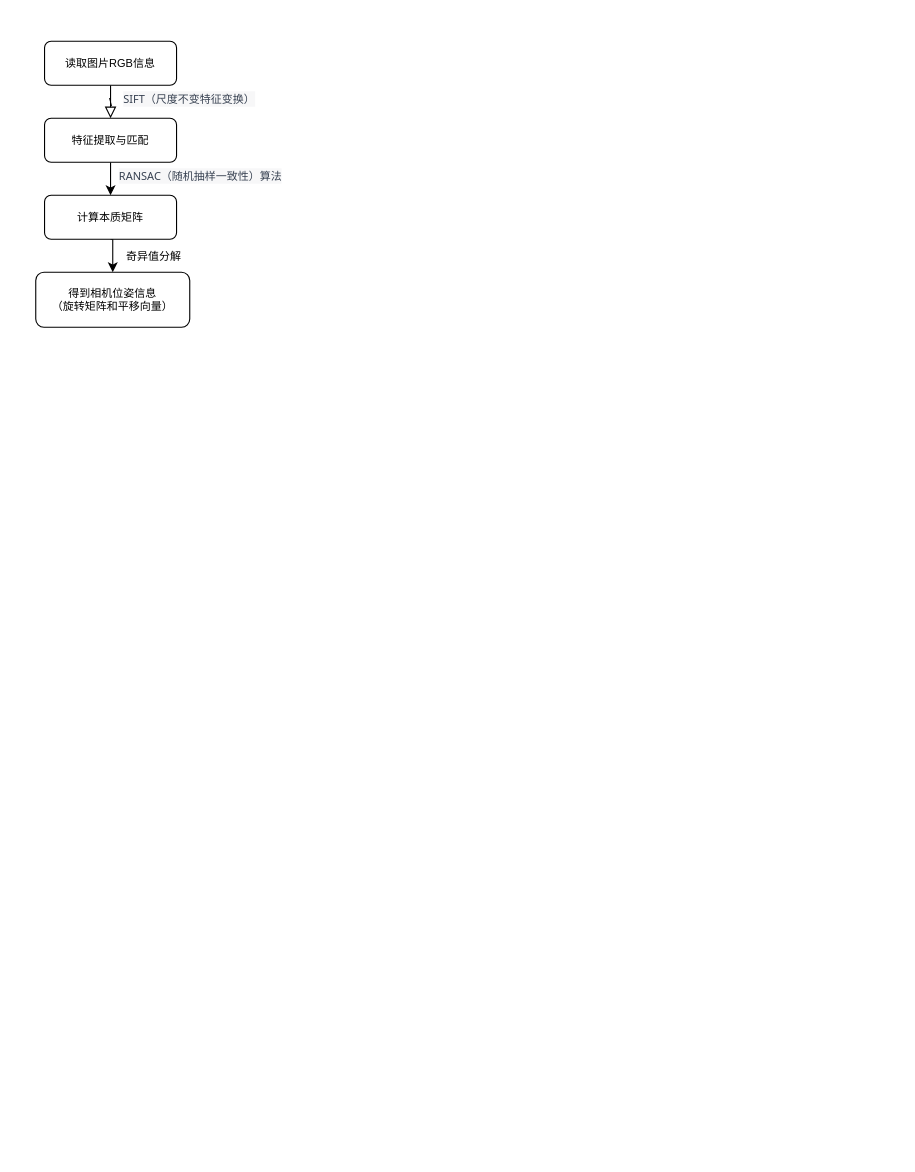
Liumt1949/consumption-habit-prediction keeps this draw.io diagram as 未命名绘图.drawio. Above is the earlier version. Source tidied: cells renumbered, new cells numbered last; positions are measured from the earlier drawing's top-left corner, leaving out a move shared by most shapes. Both pictures are drawn from the tidied source at 110%, with x=0, y=0 at pixel (35, 41).
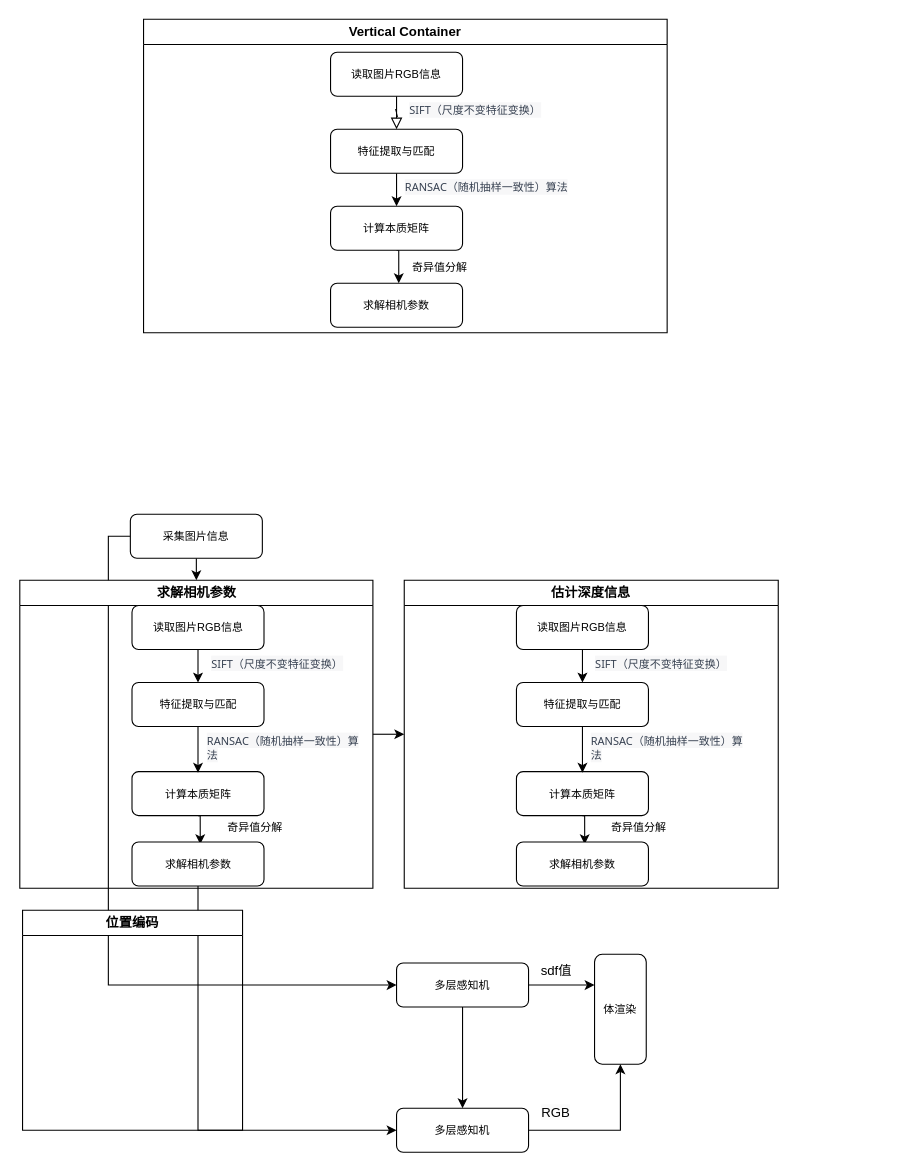
The same page after the edit.

Commit message:
更新未命名绘图.drawio

The edit, as a diff of the source:
```diff
@@
+    <mxCell id="12" style="edgeStyle=orthogonalEdgeStyle;rounded=0;jettySize=auto;html=1;entryX=0.5;entryY=0;entryDx=0;entryDy=0;" parent="1" edge="1" source="14">
+      <mxGeometry relative="1" as="geometry">
+        <mxPoint x="146" y="490" as="targetPoint" />
+      </mxGeometry>
+    </mxCell>
+    <mxCell id="13" style="edgeStyle=orthogonalEdgeStyle;rounded=0;jettySize=auto;html=1;exitX=0;exitY=0.5;exitDx=0;exitDy=0;entryX=0;entryY=0.5;entryDx=0;entryDy=0;" parent="1" edge="1" source="14" target="48">
+      <mxGeometry relative="1" as="geometry">
+        <Array as="points">
+          <mxPoint x="66" y="450" />
+          <mxPoint x="66" y="858" />
+        </Array>
+      </mxGeometry>
+    </mxCell>
+    <mxCell id="14" value="采集图片信息" style="rounded=1;whiteSpace=wrap;html=1;fontSize=10;glass=0;strokeWidth=1;shadow=0;" parent="1" vertex="1">
+      <mxGeometry x="86" y="430" width="120" height="40" as="geometry" />
+    </mxCell>
+    <mxCell id="15" value="Vertical Container" style="swimlane;whiteSpace=wrap;html=1;" parent="1" vertex="1">
+      <mxGeometry x="98" y="-20" width="476" height="285" as="geometry" />
+    </mxCell>
+    <mxCell id="16" style="group;" parent="15" vertex="1">
+      <mxGeometry x="220" y="50" width="346" height="250" as="geometry" />
+    </mxCell>
+    <mxCell id="17" style="group;" parent="16" vertex="1">
+      <mxGeometry x="-50" y="-20" width="346" height="250" as="geometry" />
+    </mxCell>
-    <mxCell id="2" value="\" style="rounded=0;html=1;jettySize=auto;fontSize=10;endArrow=block;endFill=0;endSize=8;strokeWidth=1;shadow=0;labelBackgroundColor=none;edgeStyle=orthogonalEdgeStyle;" parent="1" edge="1" source="3">
+    <mxCell id="2" value="\" style="rounded=0;html=1;jettySize=auto;fontSize=10;endArrow=block;endFill=0;endSize=8;strokeWidth=1;shadow=0;labelBackgroundColor=none;edgeStyle=orthogonalEdgeStyle;" parent="17" edge="1" source="3">
       <mxGeometry relative="1" as="geometry">
-        <mxPoint x="68" y="70" as="targetPoint" />
+        <mxPoint x="60" y="70" as="targetPoint" />
       </mxGeometry>
     </mxCell>
-    <mxCell id="3" value="读取图片RGB信息" style="rounded=1;whiteSpace=wrap;html=1;fontSize=10;glass=0;strokeWidth=1;shadow=0;" parent="1" vertex="1">
-      <mxGeometry x="8" width="120" height="40" as="geometry" />
+    <mxCell id="3" value="读取图片RGB信息" style="rounded=1;whiteSpace=wrap;html=1;fontSize=10;glass=0;strokeWidth=1;shadow=0;" parent="17" vertex="1">
+      <mxGeometry width="120" height="40" as="geometry" />
     </mxCell>
-    <mxCell id="4" style="edgeStyle=orthogonalEdgeStyle;rounded=0;jettySize=auto;html=1;exitX=0.5;exitY=1;exitDx=0;exitDy=0;entryX=0.5;entryY=0;entryDx=0;entryDy=0;fontSize=10;" parent="1" edge="1" source="5" target="8">
-      <mxGeometry relative="1" as="geometry" />
+    <mxCell id="4" style="edgeStyle=orthogonalEdgeStyle;rounded=0;jettySize=auto;html=1;exitX=0.5;exitY=1;exitDx=0;exitDy=0;entryX=0.5;entryY=0;entryDx=0;entryDy=0;fontSize=10;" parent="17" edge="1" source="5">
+      <mxGeometry relative="1" as="geometry">
+        <mxPoint x="62" y="210" as="targetPoint" />
+      </mxGeometry>
     </mxCell>
-    <mxCell id="5" value="计算本质矩阵" style="rounded=1;whiteSpace=wrap;html=1;fontSize=10;glass=0;strokeWidth=1;shadow=0;" parent="1" vertex="1">
-      <mxGeometry x="8" y="140" width="120" height="40" as="geometry" />
+    <mxCell id="5" value="计算本质矩阵" style="rounded=1;whiteSpace=wrap;html=1;fontSize=10;glass=0;strokeWidth=1;shadow=0;" parent="17" vertex="1">
+      <mxGeometry y="140" width="120" height="40" as="geometry" />
     </mxCell>
-    <mxCell id="6" style="edgeStyle=orthogonalEdgeStyle;rounded=0;jettySize=auto;html=1;exitX=0.5;exitY=1;exitDx=0;exitDy=0;entryX=0.5;entryY=0;entryDx=0;entryDy=0;fontSize=10;" parent="1" edge="1" source="7">
+    <mxCell id="6" style="edgeStyle=orthogonalEdgeStyle;rounded=0;jettySize=auto;html=1;exitX=0.5;exitY=1;exitDx=0;exitDy=0;entryX=0.5;entryY=0;entryDx=0;entryDy=0;fontSize=10;" parent="17" edge="1" source="7">
       <mxGeometry relative="1" as="geometry">
-        <mxPoint x="68" y="140" as="targetPoint" />
+        <mxPoint x="60" y="140" as="targetPoint" />
       </mxGeometry>
     </mxCell>
-    <mxCell id="7" value="特征提取与匹配" style="rounded=1;whiteSpace=wrap;html=1;fontSize=10;glass=0;strokeWidth=1;shadow=0;" parent="1" vertex="1">
-      <mxGeometry x="8" y="70" width="120" height="40" as="geometry" />
+    <mxCell id="7" value="特征提取与匹配" style="rounded=1;whiteSpace=wrap;html=1;fontSize=10;glass=0;strokeWidth=1;shadow=0;" parent="17" vertex="1">
+      <mxGeometry y="70" width="120" height="40" as="geometry" />
     </mxCell>
-    <mxCell id="8" value="得到相机位姿信息&lt;br style=&quot;font-size: 10px;&quot;&gt;（旋转矩阵和平移向量）" style="rounded=1;whiteSpace=wrap;html=1;fontSize=10;glass=0;strokeWidth=1;shadow=0;" parent="1" vertex="1">
-      <mxGeometry y="210" width="140" height="50" as="geometry" />
-    </mxCell>
-    <mxCell id="9" value="奇异值分解" style="text;html=1;align=center;verticalAlign=middle;strokeColor=none;fillColor=none;fontSize=10;" parent="1" vertex="1">
-      <mxGeometry x="67" y="180" width="80" height="30" as="geometry" />
+    <mxCell id="9" value="奇异值分解" style="text;html=1;align=center;verticalAlign=middle;strokeColor=none;fillColor=none;fontSize=10;" parent="17" vertex="1">
+      <mxGeometry x="59" y="180" width="80" height="30" as="geometry" />
     </mxCell>
-    <mxCell id="10" value="&lt;span style=&quot;color: rgb(55, 65, 81); font-family: Söhne, ui-sans-serif, system-ui, -apple-system, &amp;quot;Segoe UI&amp;quot;, Roboto, Ubuntu, Cantarell, &amp;quot;Noto Sans&amp;quot;, sans-serif, &amp;quot;Helvetica Neue&amp;quot;, Arial, &amp;quot;Apple Color Emoji&amp;quot;, &amp;quot;Segoe UI Emoji&amp;quot;, &amp;quot;Segoe UI Symbol&amp;quot;, &amp;quot;Noto Color Emoji&amp;quot;; font-size: 10px; font-style: normal; font-variant-ligatures: normal; font-variant-caps: normal; font-weight: 400; letter-spacing: normal; orphans: 2; text-align: start; text-indent: 0px; text-transform: none; widows: 2; word-spacing: 0px; -webkit-text-stroke-width: 0px; background-color: rgb(247, 247, 248); text-decoration-thickness: initial; text-decoration-style: initial; text-decoration-color: initial; float: none; display: inline !important;&quot;&gt;SIFT（尺度不变特征变换）&lt;/span&gt;" style="text;whiteSpace=wrap;html=1;fontSize=10;" parent="1" vertex="1">
-      <mxGeometry x="78" y="40" width="230" height="40" as="geometry" />
+    <mxCell id="10" value="&lt;span style=&quot;color: rgb(55, 65, 81); font-family: Söhne, ui-sans-serif, system-ui, -apple-system, &amp;quot;Segoe UI&amp;quot;, Roboto, Ubuntu, Cantarell, &amp;quot;Noto Sans&amp;quot;, sans-serif, &amp;quot;Helvetica Neue&amp;quot;, Arial, &amp;quot;Apple Color Emoji&amp;quot;, &amp;quot;Segoe UI Emoji&amp;quot;, &amp;quot;Segoe UI Symbol&amp;quot;, &amp;quot;Noto Color Emoji&amp;quot;; font-size: 10px; font-style: normal; font-variant-ligatures: normal; font-variant-caps: normal; font-weight: 400; letter-spacing: normal; orphans: 2; text-align: start; text-indent: 0px; text-transform: none; widows: 2; word-spacing: 0px; -webkit-text-stroke-width: 0px; background-color: rgb(247, 247, 248); text-decoration-thickness: initial; text-decoration-style: initial; text-decoration-color: initial; float: none; display: inline !important;&quot;&gt;SIFT（尺度不变特征变换）&lt;/span&gt;" style="text;whiteSpace=wrap;html=1;fontSize=10;" parent="17" vertex="1">
+      <mxGeometry x="70" y="40" width="230" height="40" as="geometry" />
     </mxCell>
-    <mxCell id="11" value="&lt;span style=&quot;color: rgb(55, 65, 81); font-family: Söhne, ui-sans-serif, system-ui, -apple-system, &amp;quot;Segoe UI&amp;quot;, Roboto, Ubuntu, Cantarell, &amp;quot;Noto Sans&amp;quot;, sans-serif, &amp;quot;Helvetica Neue&amp;quot;, Arial, &amp;quot;Apple Color Emoji&amp;quot;, &amp;quot;Segoe UI Emoji&amp;quot;, &amp;quot;Segoe UI Symbol&amp;quot;, &amp;quot;Noto Color Emoji&amp;quot;; font-size: 10px; font-style: normal; font-variant-ligatures: normal; font-variant-caps: normal; font-weight: 400; letter-spacing: normal; orphans: 2; text-align: start; text-indent: 0px; text-transform: none; widows: 2; word-spacing: 0px; -webkit-text-stroke-width: 0px; background-color: rgb(247, 247, 248); text-decoration-thickness: initial; text-decoration-style: initial; text-decoration-color: initial; float: none; display: inline !important;&quot;&gt;RANSAC（随机抽样一致性）算法&lt;/span&gt;" style="text;whiteSpace=wrap;html=1;fontSize=10;" parent="1" vertex="1">
-      <mxGeometry x="74" y="110" width="280" height="40" as="geometry" />
+    <mxCell id="11" value="&lt;span style=&quot;color: rgb(55, 65, 81); font-family: Söhne, ui-sans-serif, system-ui, -apple-system, &amp;quot;Segoe UI&amp;quot;, Roboto, Ubuntu, Cantarell, &amp;quot;Noto Sans&amp;quot;, sans-serif, &amp;quot;Helvetica Neue&amp;quot;, Arial, &amp;quot;Apple Color Emoji&amp;quot;, &amp;quot;Segoe UI Emoji&amp;quot;, &amp;quot;Segoe UI Symbol&amp;quot;, &amp;quot;Noto Color Emoji&amp;quot;; font-size: 10px; font-style: normal; font-variant-ligatures: normal; font-variant-caps: normal; font-weight: 400; letter-spacing: normal; orphans: 2; text-align: start; text-indent: 0px; text-transform: none; widows: 2; word-spacing: 0px; -webkit-text-stroke-width: 0px; background-color: rgb(247, 247, 248); text-decoration-thickness: initial; text-decoration-style: initial; text-decoration-color: initial; float: none; display: inline !important;&quot;&gt;RANSAC（随机抽样一致性）算法&lt;/span&gt;" style="text;whiteSpace=wrap;html=1;fontSize=10;" parent="17" vertex="1">
+      <mxGeometry x="66" y="110" width="280" height="40" as="geometry" />
     </mxCell>
+    <mxCell id="18" value="求解相机参数" style="rounded=1;whiteSpace=wrap;html=1;fontSize=10;glass=0;strokeWidth=1;shadow=0;" parent="17" vertex="1">
+      <mxGeometry y="210" width="120" height="40" as="geometry" />
+    </mxCell>
+    <mxCell id="19" style="edgeStyle=orthogonalEdgeStyle;rounded=0;jettySize=auto;html=1;exitX=1;exitY=0.5;exitDx=0;exitDy=0;entryX=0;entryY=0.5;entryDx=0;entryDy=0;" parent="1" edge="1" source="20" target="32">
+      <mxGeometry relative="1" as="geometry" />
+    </mxCell>
+    <mxCell id="20" value="求解相机参数" style="swimlane;whiteSpace=wrap;html=1;" parent="1" vertex="1">
+      <mxGeometry x="-14.5" y="490" width="321" height="280" as="geometry" />
+    </mxCell>
+    <mxCell id="21" style="group;" parent="20" vertex="1">
+      <mxGeometry x="102" y="23" width="346" height="250" as="geometry" />
+    </mxCell>
+    <mxCell id="22" style="edgeStyle=orthogonalEdgeStyle;rounded=0;jettySize=auto;html=1;exitX=0.5;exitY=1;exitDx=0;exitDy=0;entryX=0.5;entryY=0;entryDx=0;entryDy=0;" parent="21" edge="1" source="23" target="27">
+      <mxGeometry relative="1" as="geometry" />
+    </mxCell>
+    <mxCell id="23" value="读取图片RGB信息" style="rounded=1;whiteSpace=wrap;html=1;fontSize=10;glass=0;strokeWidth=1;shadow=0;" parent="21" vertex="1">
+      <mxGeometry width="120" height="40" as="geometry" />
+    </mxCell>
+    <mxCell id="24" style="edgeStyle=orthogonalEdgeStyle;rounded=0;jettySize=auto;html=1;exitX=0.5;exitY=1;exitDx=0;exitDy=0;entryX=0.517;entryY=0.05;entryDx=0;entryDy=0;fontSize=10;entryPerimeter=0;" parent="21" edge="1" source="25" target="31">
+      <mxGeometry relative="1" as="geometry" />
+    </mxCell>
+    <mxCell id="25" value="计算本质矩阵" style="rounded=1;whiteSpace=wrap;html=1;fontSize=10;glass=0;strokeWidth=1;shadow=0;" parent="21" vertex="1">
+      <mxGeometry y="151" width="120" height="40" as="geometry" />
+    </mxCell>
+    <mxCell id="26" style="edgeStyle=orthogonalEdgeStyle;rounded=0;jettySize=auto;html=1;exitX=0.5;exitY=1;exitDx=0;exitDy=0;entryX=0.5;entryY=0;entryDx=0;entryDy=0;fontSize=10;" parent="21" edge="1" source="27">
+      <mxGeometry relative="1" as="geometry">
+        <mxPoint x="60" y="152" as="targetPoint" />
+      </mxGeometry>
+    </mxCell>
+    <mxCell id="27" value="特征提取与匹配" style="rounded=1;whiteSpace=wrap;html=1;fontSize=10;glass=0;strokeWidth=1;shadow=0;" parent="21" vertex="1">
+      <mxGeometry y="70" width="120" height="40" as="geometry" />
+    </mxCell>
+    <mxCell id="28" value="奇异值分解" style="text;html=1;align=center;verticalAlign=middle;strokeColor=none;fillColor=none;fontSize=10;" parent="21" vertex="1">
+      <mxGeometry x="71" y="186" width="80" height="30" as="geometry" />
+    </mxCell>
+    <mxCell id="29" value="&lt;span style=&quot;color: rgb(55, 65, 81); font-family: Söhne, ui-sans-serif, system-ui, -apple-system, &amp;quot;Segoe UI&amp;quot;, Roboto, Ubuntu, Cantarell, &amp;quot;Noto Sans&amp;quot;, sans-serif, &amp;quot;Helvetica Neue&amp;quot;, Arial, &amp;quot;Apple Color Emoji&amp;quot;, &amp;quot;Segoe UI Emoji&amp;quot;, &amp;quot;Segoe UI Symbol&amp;quot;, &amp;quot;Noto Color Emoji&amp;quot;; font-size: 10px; font-style: normal; font-variant-ligatures: normal; font-variant-caps: normal; font-weight: 400; letter-spacing: normal; orphans: 2; text-align: start; text-indent: 0px; text-transform: none; widows: 2; word-spacing: 0px; -webkit-text-stroke-width: 0px; background-color: rgb(247, 247, 248); text-decoration-thickness: initial; text-decoration-style: initial; text-decoration-color: initial; float: none; display: inline !important;&quot;&gt;SIFT（尺度不变特征变换）&lt;/span&gt;" style="text;whiteSpace=wrap;html=1;fontSize=10;" parent="21" vertex="1">
+      <mxGeometry x="70" y="40" width="150" height="40" as="geometry" />
+    </mxCell>
+    <mxCell id="30" value="&lt;span style=&quot;color: rgb(55, 65, 81); font-family: Söhne, ui-sans-serif, system-ui, -apple-system, &amp;quot;Segoe UI&amp;quot;, Roboto, Ubuntu, Cantarell, &amp;quot;Noto Sans&amp;quot;, sans-serif, &amp;quot;Helvetica Neue&amp;quot;, Arial, &amp;quot;Apple Color Emoji&amp;quot;, &amp;quot;Segoe UI Emoji&amp;quot;, &amp;quot;Segoe UI Symbol&amp;quot;, &amp;quot;Noto Color Emoji&amp;quot;; font-size: 10px; font-style: normal; font-variant-ligatures: normal; font-variant-caps: normal; font-weight: 400; letter-spacing: normal; orphans: 2; text-align: start; text-indent: 0px; text-transform: none; widows: 2; word-spacing: 0px; -webkit-text-stroke-width: 0px; background-color: rgb(247, 247, 248); text-decoration-thickness: initial; text-decoration-style: initial; text-decoration-color: initial; float: none; display: inline !important;&quot;&gt;RANSAC（随机抽样一致性）算法&lt;/span&gt;" style="text;whiteSpace=wrap;html=1;fontSize=10;" parent="21" vertex="1">
+      <mxGeometry x="66" y="110" width="144" height="40" as="geometry" />
+    </mxCell>
+    <mxCell id="31" value="求解相机参数" style="rounded=1;whiteSpace=wrap;html=1;fontSize=10;glass=0;strokeWidth=1;shadow=0;" parent="21" vertex="1">
+      <mxGeometry y="215" width="120" height="40" as="geometry" />
+    </mxCell>
+    <mxCell id="32" value="估计深度信息" style="swimlane;whiteSpace=wrap;html=1;startSize=23;" parent="1" vertex="1">
+      <mxGeometry x="335" y="490" width="340" height="280" as="geometry" />
+    </mxCell>
+    <mxCell id="33" style="group;" parent="32" vertex="1">
+      <mxGeometry x="102" y="23" width="346" height="250" as="geometry" />
+    </mxCell>
+    <mxCell id="34" style="edgeStyle=orthogonalEdgeStyle;rounded=0;jettySize=auto;html=1;exitX=0.5;exitY=1;exitDx=0;exitDy=0;entryX=0.5;entryY=0;entryDx=0;entryDy=0;" parent="33" edge="1" source="35" target="39">
+      <mxGeometry relative="1" as="geometry" />
+    </mxCell>
+    <mxCell id="35" value="读取图片RGB信息" style="rounded=1;whiteSpace=wrap;html=1;fontSize=10;glass=0;strokeWidth=1;shadow=0;" parent="33" vertex="1">
+      <mxGeometry width="120" height="40" as="geometry" />
+    </mxCell>
+    <mxCell id="36" style="edgeStyle=orthogonalEdgeStyle;rounded=0;jettySize=auto;html=1;exitX=0.5;exitY=1;exitDx=0;exitDy=0;entryX=0.517;entryY=0.05;entryDx=0;entryDy=0;fontSize=10;entryPerimeter=0;" parent="33" edge="1" source="37" target="43">
+      <mxGeometry relative="1" as="geometry" />
+    </mxCell>
+    <mxCell id="37" value="计算本质矩阵" style="rounded=1;whiteSpace=wrap;html=1;fontSize=10;glass=0;strokeWidth=1;shadow=0;" parent="33" vertex="1">
+      <mxGeometry y="151" width="120" height="40" as="geometry" />
+    </mxCell>
+    <mxCell id="38" style="edgeStyle=orthogonalEdgeStyle;rounded=0;jettySize=auto;html=1;exitX=0.5;exitY=1;exitDx=0;exitDy=0;entryX=0.5;entryY=0;entryDx=0;entryDy=0;fontSize=10;" parent="33" edge="1" source="39">
+      <mxGeometry relative="1" as="geometry">
+        <mxPoint x="60" y="152" as="targetPoint" />
+      </mxGeometry>
+    </mxCell>
+    <mxCell id="39" value="特征提取与匹配" style="rounded=1;whiteSpace=wrap;html=1;fontSize=10;glass=0;strokeWidth=1;shadow=0;" parent="33" vertex="1">
+      <mxGeometry y="70" width="120" height="40" as="geometry" />
+    </mxCell>
+    <mxCell id="40" value="奇异值分解" style="text;html=1;align=center;verticalAlign=middle;strokeColor=none;fillColor=none;fontSize=10;" parent="33" vertex="1">
+      <mxGeometry x="71" y="186" width="80" height="30" as="geometry" />
+    </mxCell>
+    <mxCell id="41" value="&lt;span style=&quot;color: rgb(55, 65, 81); font-family: Söhne, ui-sans-serif, system-ui, -apple-system, &amp;quot;Segoe UI&amp;quot;, Roboto, Ubuntu, Cantarell, &amp;quot;Noto Sans&amp;quot;, sans-serif, &amp;quot;Helvetica Neue&amp;quot;, Arial, &amp;quot;Apple Color Emoji&amp;quot;, &amp;quot;Segoe UI Emoji&amp;quot;, &amp;quot;Segoe UI Symbol&amp;quot;, &amp;quot;Noto Color Emoji&amp;quot;; font-size: 10px; font-style: normal; font-variant-ligatures: normal; font-variant-caps: normal; font-weight: 400; letter-spacing: normal; orphans: 2; text-align: start; text-indent: 0px; text-transform: none; widows: 2; word-spacing: 0px; -webkit-text-stroke-width: 0px; background-color: rgb(247, 247, 248); text-decoration-thickness: initial; text-decoration-style: initial; text-decoration-color: initial; float: none; display: inline !important;&quot;&gt;SIFT（尺度不变特征变换）&lt;/span&gt;" style="text;whiteSpace=wrap;html=1;fontSize=10;" parent="33" vertex="1">
+      <mxGeometry x="70" y="40" width="150" height="40" as="geometry" />
+    </mxCell>
+    <mxCell id="42" value="&lt;span style=&quot;color: rgb(55, 65, 81); font-family: Söhne, ui-sans-serif, system-ui, -apple-system, &amp;quot;Segoe UI&amp;quot;, Roboto, Ubuntu, Cantarell, &amp;quot;Noto Sans&amp;quot;, sans-serif, &amp;quot;Helvetica Neue&amp;quot;, Arial, &amp;quot;Apple Color Emoji&amp;quot;, &amp;quot;Segoe UI Emoji&amp;quot;, &amp;quot;Segoe UI Symbol&amp;quot;, &amp;quot;Noto Color Emoji&amp;quot;; font-size: 10px; font-style: normal; font-variant-ligatures: normal; font-variant-caps: normal; font-weight: 400; letter-spacing: normal; orphans: 2; text-align: start; text-indent: 0px; text-transform: none; widows: 2; word-spacing: 0px; -webkit-text-stroke-width: 0px; background-color: rgb(247, 247, 248); text-decoration-thickness: initial; text-decoration-style: initial; text-decoration-color: initial; float: none; display: inline !important;&quot;&gt;RANSAC（随机抽样一致性）算法&lt;/span&gt;" style="text;whiteSpace=wrap;html=1;fontSize=10;" parent="33" vertex="1">
+      <mxGeometry x="66" y="110" width="144" height="40" as="geometry" />
+    </mxCell>
+    <mxCell id="43" value="求解相机参数" style="rounded=1;whiteSpace=wrap;html=1;fontSize=10;glass=0;strokeWidth=1;shadow=0;" parent="33" vertex="1">
+      <mxGeometry y="215" width="120" height="40" as="geometry" />
+    </mxCell>
+    <mxCell id="44" value="体渲染" style="rounded=1;whiteSpace=wrap;html=1;fontSize=10;glass=0;strokeWidth=1;shadow=0;" parent="1" vertex="1">
+      <mxGeometry x="508" y="830" width="47" height="100" as="geometry" />
+    </mxCell>
+    <mxCell id="45" style="edgeStyle=orthogonalEdgeStyle;rounded=0;jettySize=auto;html=1;exitX=0.5;exitY=1;exitDx=0;exitDy=0;entryX=0;entryY=0.5;entryDx=0;entryDy=0;" parent="1" edge="1" source="31" target="50">
+      <mxGeometry relative="1" as="geometry" />
+    </mxCell>
+    <mxCell id="46" style="edgeStyle=orthogonalEdgeStyle;rounded=0;jettySize=auto;html=1;entryX=0.5;entryY=0;entryDx=0;entryDy=0;" parent="1" edge="1" source="48" target="50">
+      <mxGeometry relative="1" as="geometry" />
+    </mxCell>
+    <mxCell id="47" style="edgeStyle=orthogonalEdgeStyle;rounded=0;jettySize=auto;html=1;" parent="1" edge="1" source="48">
+      <mxGeometry relative="1" as="geometry">
+        <mxPoint x="508" y="858" as="targetPoint" />
+      </mxGeometry>
+    </mxCell>
+    <mxCell id="48" value="多层感知机" style="rounded=1;whiteSpace=wrap;html=1;fontSize=10;glass=0;strokeWidth=1;shadow=0;" parent="1" vertex="1">
+      <mxGeometry x="328" y="838" width="120" height="40" as="geometry" />
+    </mxCell>
+    <mxCell id="49" style="edgeStyle=orthogonalEdgeStyle;rounded=0;jettySize=auto;html=1;exitX=1;exitY=0.5;exitDx=0;exitDy=0;entryX=0.5;entryY=1;entryDx=0;entryDy=0;" parent="1" edge="1" source="50" target="44">
+      <mxGeometry relative="1" as="geometry" />
+    </mxCell>
+    <mxCell id="50" value="多层感知机" style="rounded=1;whiteSpace=wrap;html=1;fontSize=10;glass=0;strokeWidth=1;shadow=0;" parent="1" vertex="1">
+      <mxGeometry x="328" y="970" width="120" height="40" as="geometry" />
+    </mxCell>
+    <mxCell id="51" value="sdf值" style="text;html=1;align=center;verticalAlign=middle;strokeColor=none;fillColor=none;" parent="1" vertex="1">
+      <mxGeometry x="448" y="830" width="50" height="30" as="geometry" />
+    </mxCell>
+    <mxCell id="52" value="位置编码" style="swimlane;whiteSpace=wrap;html=1;" parent="1" vertex="1">
+      <mxGeometry x="-12" y="790" width="200" height="200" as="geometry" />
+    </mxCell>
+    <mxCell id="53" value="&lt;span style=&quot;color: rgb(0, 0, 0); font-family: Helvetica; font-size: 12px; font-style: normal; font-variant-ligatures: normal; font-variant-caps: normal; font-weight: 400; letter-spacing: normal; orphans: 2; text-align: center; text-indent: 0px; text-transform: none; widows: 2; word-spacing: 0px; -webkit-text-stroke-width: 0px; background-color: rgb(251, 251, 251); text-decoration-thickness: initial; text-decoration-style: initial; text-decoration-color: initial; float: none; display: inline !important;&quot;&gt;RGB&lt;/span&gt;" style="text;whiteSpace=wrap;html=1;" parent="1" vertex="1">
+      <mxGeometry x="458" y="960" width="70" height="40" as="geometry" />
+    </mxCell>
```
